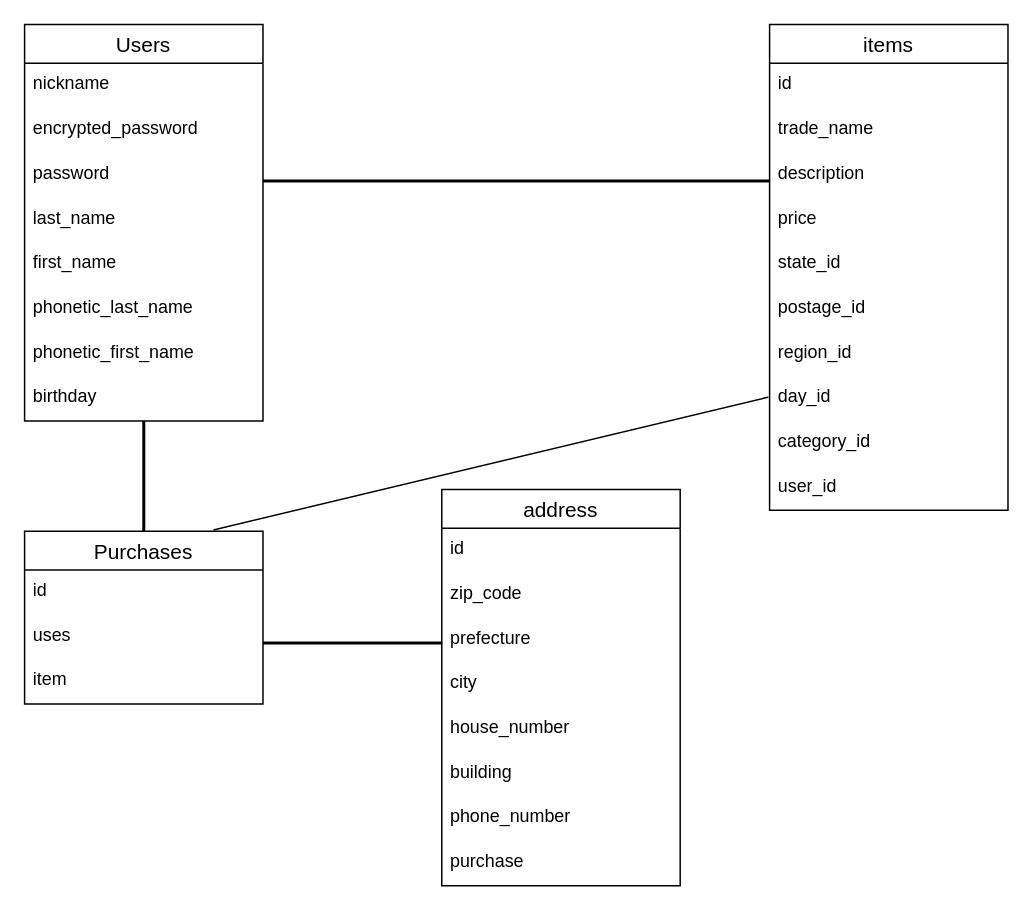
This is ER.dio from dayan73/furima-39820, a draw.io file, before an edit. Source tidied: cells renumbered, new cells numbered last; positions are measured from the earlier drawing's top-left corner, leaving out a move shared by most shapes. Both pictures are drawn from the tidied source at 149%, with x=0, y=0 at pixel (24, 24).
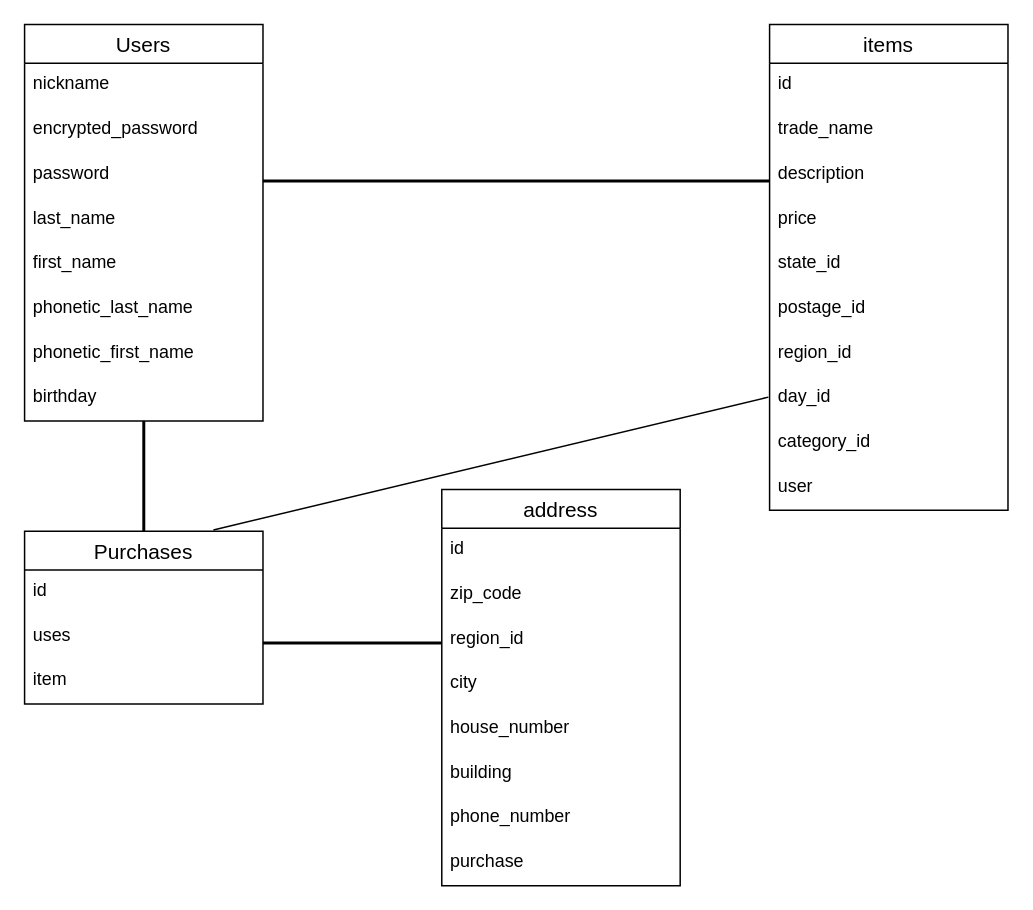
The same page after the edit.

The change refers to these unchanged cells:
```xml
<mxCell id="11" value="items" style="swimlane;fontStyle=0;horizontal=1;startSize=26;align=center;fontSize=14;" parent="1" vertex="1">
  <mxGeometry x="500" width="160" height="326" as="geometry" />
</mxCell>
<mxCell id="30" value="address" style="swimlane;fontStyle=0;horizontal=1;startSize=26;align=center;fontSize=14;" parent="1" vertex="1">
  <mxGeometry x="280" y="312" width="160" height="266" as="geometry" />
</mxCell>
```

Diff of the diagram source:
```diff
@@
-    <mxCell id="21" value="user_id" style="text;strokeColor=none;fillColor=none;spacingLeft=4;spacingRight=4;overflow=hidden;fontSize=12;" parent="11" vertex="1">
+    <mxCell id="21" value="user" style="text;strokeColor=none;fillColor=none;spacingLeft=4;spacingRight=4;overflow=hidden;fontSize=12;" parent="11" vertex="1">
       <mxGeometry y="296" width="160" height="30" as="geometry" />
     </mxCell>
@@
-    <mxCell id="33" value="prefecture" style="text;strokeColor=none;fillColor=none;spacingLeft=4;spacingRight=4;overflow=hidden;fontSize=12;" parent="30" vertex="1">
-      <mxGeometry y="86" width="160" height="30" as="geometry" />
-    </mxCell>
+    <mxCell id="39" value="region_id" style="text;strokeColor=none;fillColor=none;spacingLeft=4;spacingRight=4;overflow=hidden;fontSize=12;" parent="30" vertex="1">
+      <mxGeometry y="86" width="160" height="30" as="geometry" />
+    </mxCell>
```
